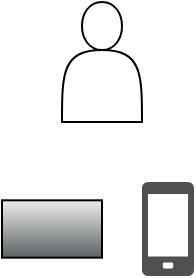
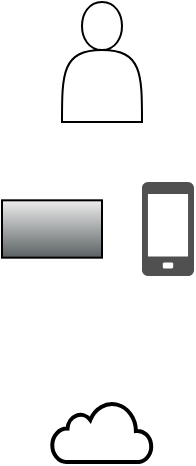
<mxfile host="app.diagrams.net">
  <diagram name="Page-1" id="gB__3KrHpZ1m8fh1elBC">
    <mxGraphModel dx="1006" dy="743" grid="1" gridSize="10" guides="1" tooltips="1" connect="1" arrows="1" fold="1" page="1" pageScale="1" pageWidth="1600" pageHeight="1715" math="0" shadow="0">
      <root>
        <mxCell id="0" />
        <mxCell id="1" parent="0" />
        <mxCell id="CLKchlIlr3O2AfPH6tK7-1" parent="1" style="shape=actor;whiteSpace=wrap;html=1;" value="" vertex="1">
          <mxGeometry height="60" width="40" x="180" y="60" as="geometry" />
        </mxCell>
        <mxCell id="CLKchlIlr3O2AfPH6tK7-2" parent="1" style="shape=mxgraph.networks2.icon;aspect=fixed;fillColor=#EDEDED;strokeColor=#000000;gradientColor=#5B6163;network2IconShadow=1;network2bgFillColor=none;labelPosition=center;verticalLabelPosition=bottom;align=center;verticalAlign=top;network2Icon=mxgraph.networks2.laptop;network2IconW=1;network2IconH=0.5734;" value="" vertex="1">
          <mxGeometry height="28.67" width="50" x="150" y="159.16" as="geometry" />
        </mxCell>
        <mxCell id="CLKchlIlr3O2AfPH6tK7-4" parent="1" style="sketch=0;pointerEvents=1;shadow=0;dashed=0;html=1;strokeColor=none;fillColor=#505050;labelPosition=center;verticalLabelPosition=bottom;verticalAlign=top;outlineConnect=0;align=center;shape=mxgraph.office.devices.cell_phone_generic;" value="" vertex="1">
          <mxGeometry height="47" width="26" x="220" y="150" as="geometry" />
        </mxCell>
+         <mxCell id="CLKchlIlr3O2AfPH6tK7-5" parent="1" style="html=1;verticalLabelPosition=bottom;align=center;labelBackgroundColor=#ffffff;verticalAlign=top;strokeWidth=2;strokeColor=#000000;shadow=0;dashed=0;shape=mxgraph.ios7.icons.cloud;" value="" vertex="1">
+           <mxGeometry height="30" width="50" x="175" y="260" as="geometry" />
+         </mxCell>
      </root>
    </mxGraphModel>
  </diagram>
</mxfile>
